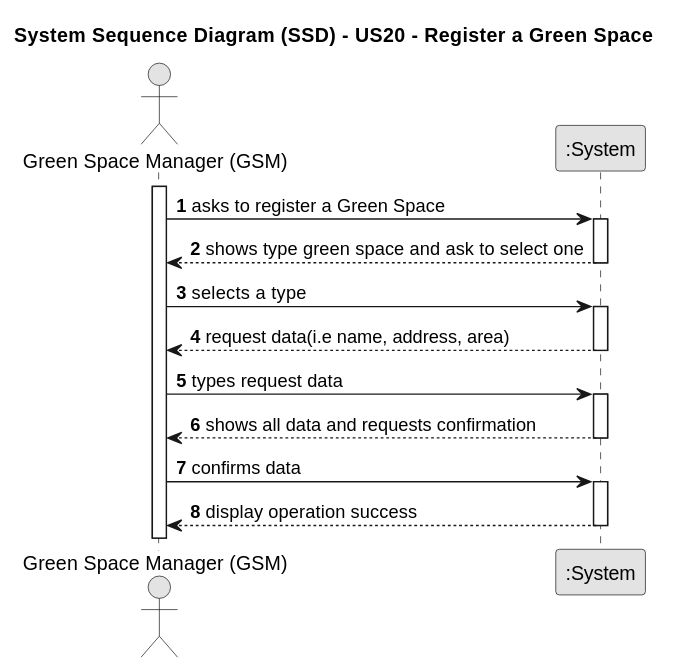
The PlantUML diagram docs/sprint3/us20/01.requirements-engineering/svg/us20-system-sequence-diagram.svg in Departamento-de-Engenharia-Informatica/lei-24-s2-1db-g022, before a commit.
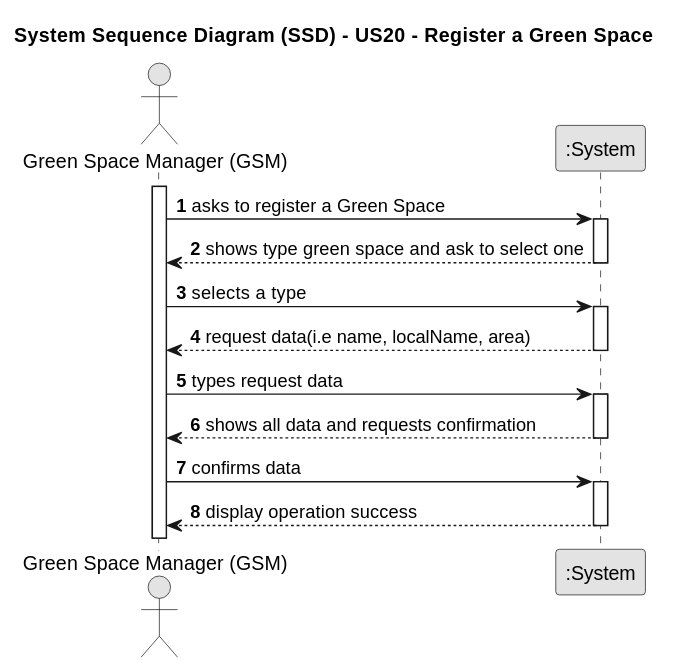
After the commit.

Diff of the diagram source:
```diff
@@ -21,7 +21,7 @@
     GSM->System: selects a type
     activate System
 
-        System --> GSM : request data(i.e name, address, area)
+        System --> GSM : request data(i.e name, localName, area)
 
     deactivate System
 
```
